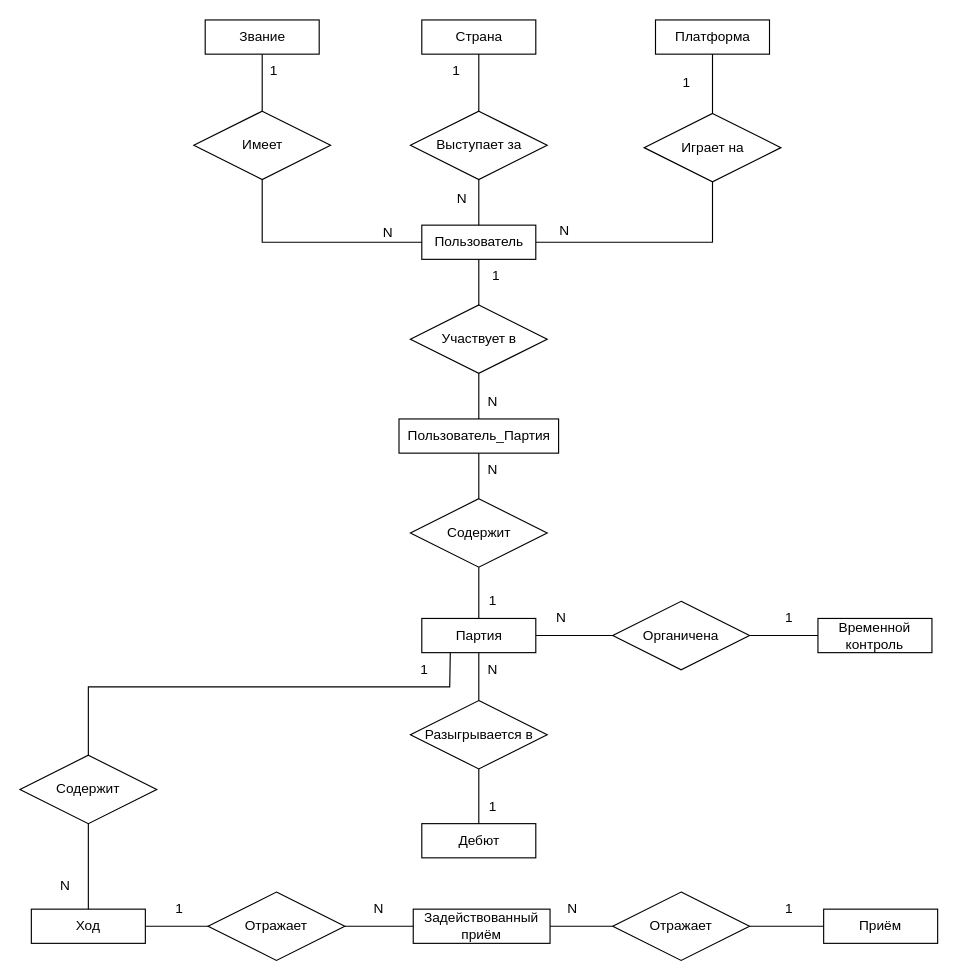
Gmel2004/DataBasesLabWorks keeps this draw.io diagram as ChessDataBase/Концептуальная модель.drawio. Above is the earlier version. Source tidied: cells renumbered, new cells numbered last; positions are measured from the earlier drawing's top-left corner, leaving out a move shared by most shapes. Both pictures are drawn from the tidied source at 114%, with x=0, y=0 at pixel (19, 19).
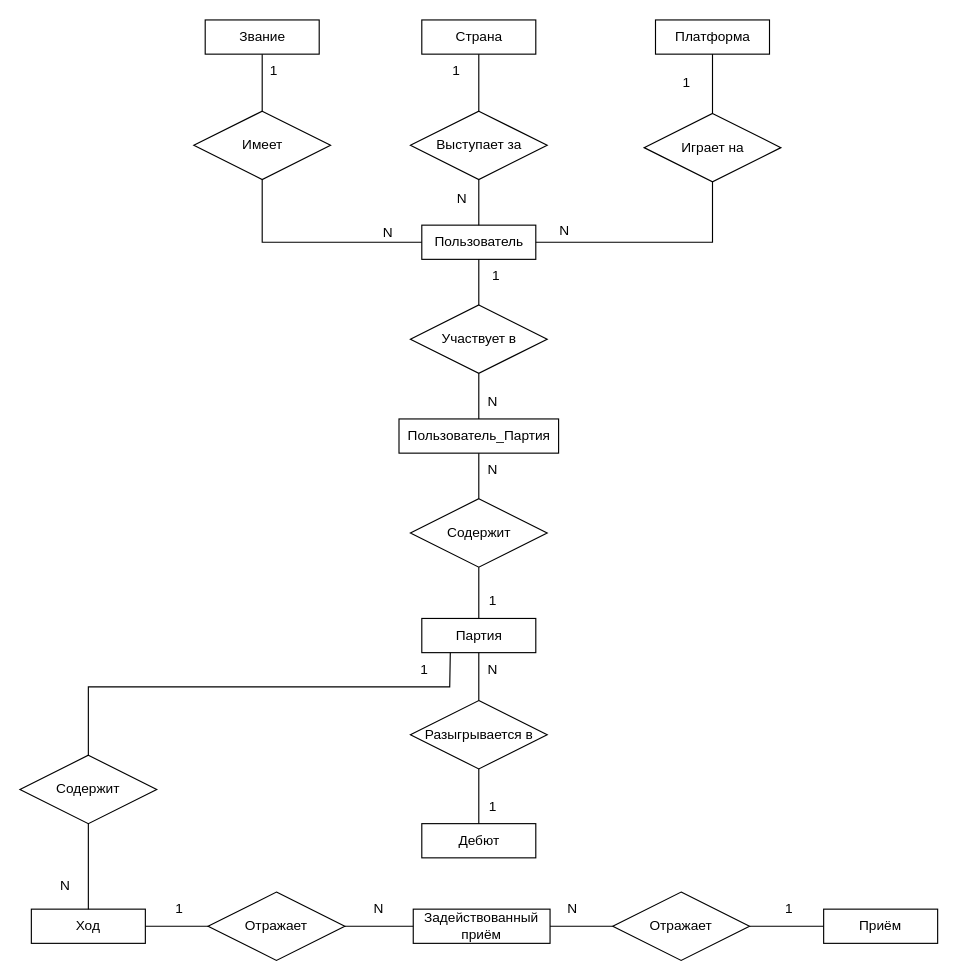
After the change.

The change refers to these unchanged cells:
```xml
<mxCell id="3" value="Партия" style="whiteSpace=wrap;html=1;align=center;" parent="1" vertex="1">
  <mxGeometry x="352.5" y="525" width="100" height="30" as="geometry" />
</mxCell>
```

What changed in the source:
```diff
@@
-    <mxCell id="8" value="Временной контроль" style="whiteSpace=wrap;html=1;align=center;" parent="1" vertex="1">
-      <mxGeometry x="700" y="525" width="100" height="30" as="geometry" />
-    </mxCell>
@@
-    <mxCell id="14" value="Органичена" style="shape=rhombus;perimeter=rhombusPerimeter;whiteSpace=wrap;html=1;align=center;" parent="1" vertex="1">
-      <mxGeometry x="520" y="510" width="120" height="60" as="geometry" />
-    </mxCell>
-    <mxCell id="15" style="endArrow=none;html=1;rounded=0;entryX=0;entryY=0.5;entryDx=0;entryDy=0;exitX=1;exitY=0.5;exitDx=0;exitDy=0;" parent="1" edge="1" source="3" target="14">
-      <mxGeometry relative="1" as="geometry" />
-    </mxCell>
-    <mxCell id="16" style="endArrow=none;html=1;rounded=0;exitX=1;exitY=0.5;exitDx=0;exitDy=0;entryX=0;entryY=0.5;entryDx=0;entryDy=0;" parent="1" edge="1" source="14" target="8">
-      <mxGeometry relative="1" as="geometry" />
-    </mxCell>
@@
-    <mxCell id="27" value="N" style="text;html=1;strokeColor=none;fillColor=none;align=center;verticalAlign=middle;whiteSpace=wrap;rounded=0;" parent="1" vertex="1">
-      <mxGeometry x="445" y="510" width="60" height="30" as="geometry" />
-    </mxCell>
@@
-    <mxCell id="35" value="1" style="text;html=1;strokeColor=none;fillColor=none;align=center;verticalAlign=middle;whiteSpace=wrap;rounded=0;" parent="1" vertex="1">
-      <mxGeometry x="645" y="510" width="60" height="30" as="geometry" />
-    </mxCell>
```
